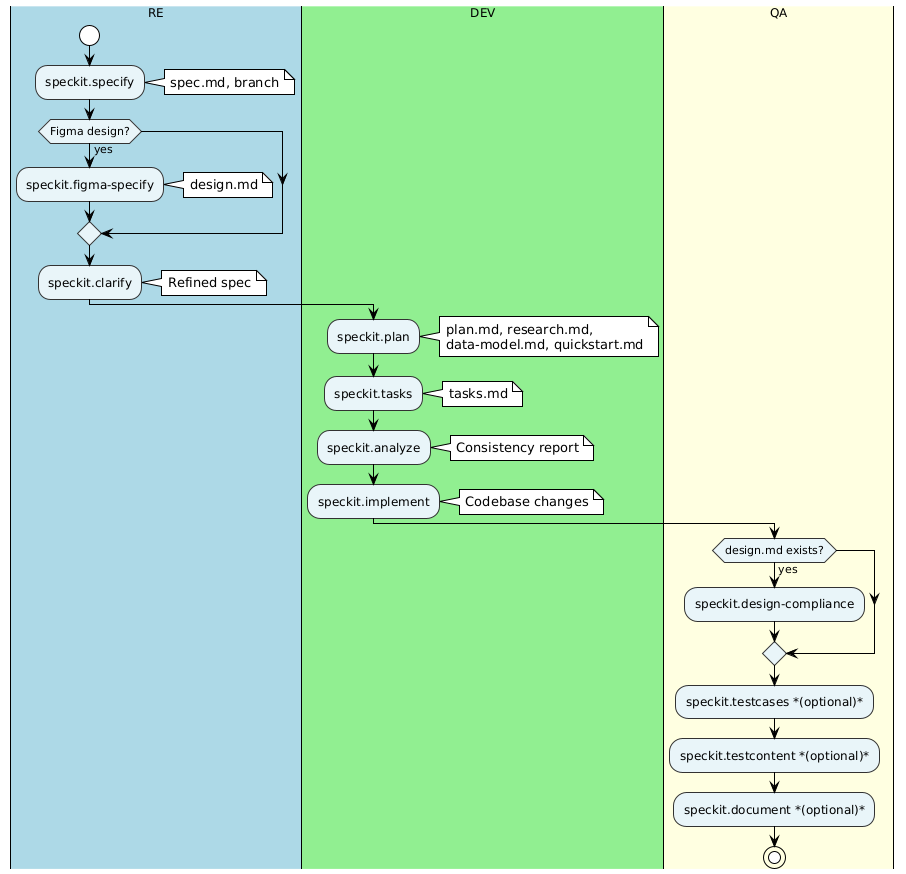
This is .specify/docs/diagrams/speckit-activity.png from mariorodriguez-creator/nitroblocks, a PlantUML export, as it was before one commit.
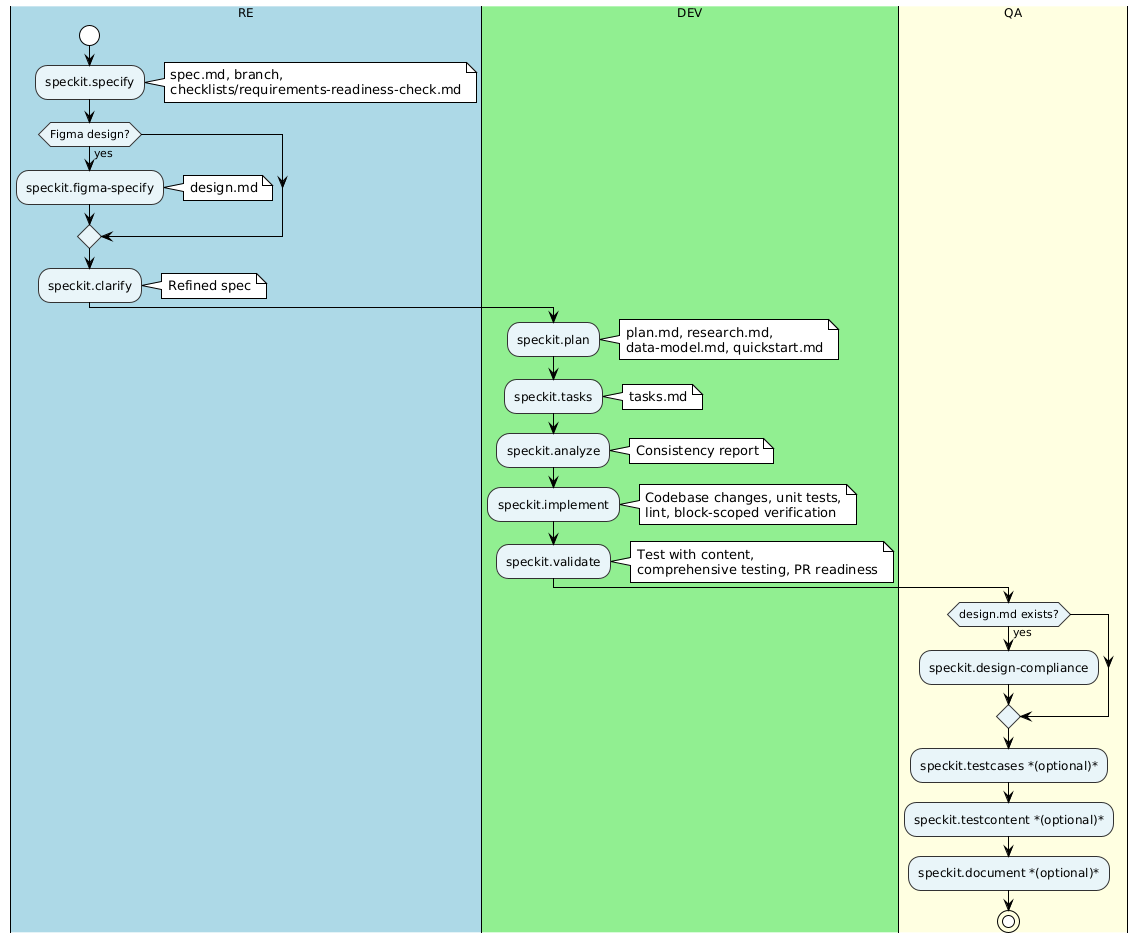
After the commit.

Commit message:
Updates speckit workflow diagrams

Change to the diagram source:
```diff
@@ -7,7 +7,7 @@
 |#LightBlue|RE|
 start
 :speckit.specify;
-note right: spec.md, branch
+note right: spec.md, branch,\nchecklists/requirements-readiness-check.md
 if (Figma design?) then (yes)
   :speckit.figma-specify;
   note right: design.md
@@ -22,7 +22,9 @@
 :speckit.analyze;
 note right: Consistency report
 :speckit.implement;
-note right: Codebase changes
+note right: Codebase changes, unit tests,\nlint, block-scoped verification
+:speckit.validate;
+note right: Test with content,\ncomprehensive testing, PR readiness
 |#LightYellow|QA|
 if (design.md exists?) then (yes)
   :speckit.design-compliance;
```
